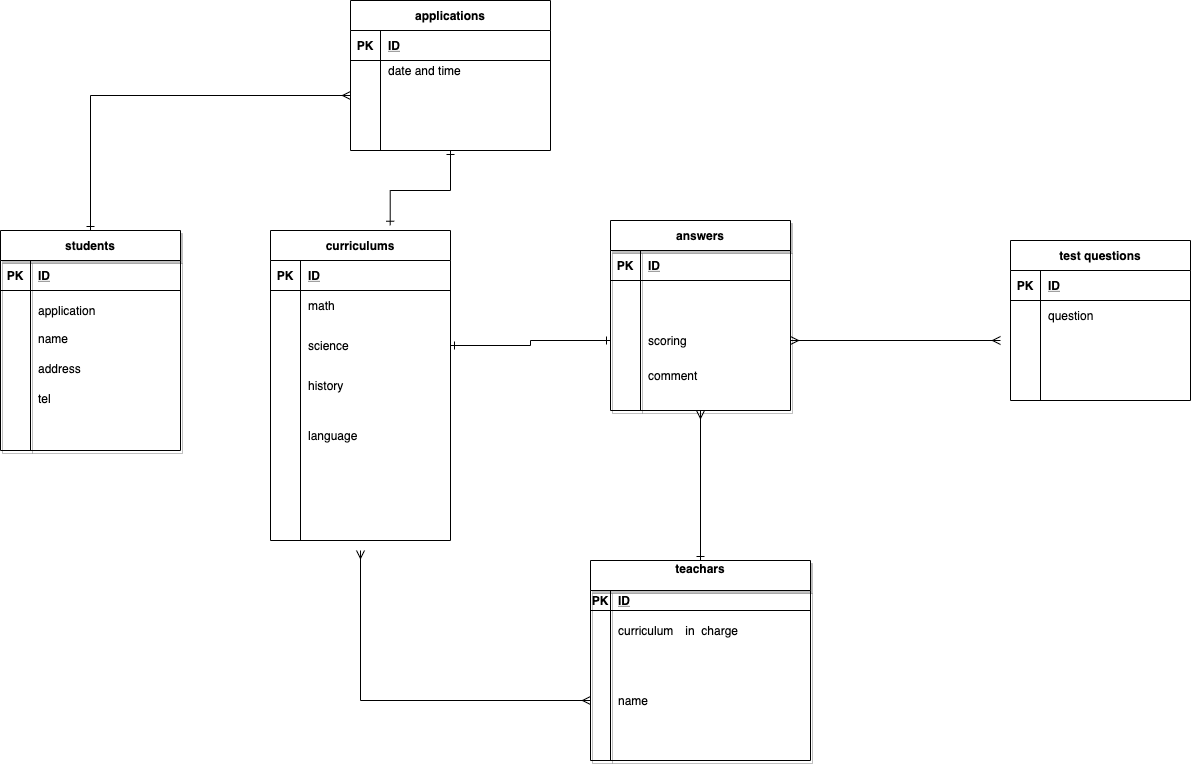
oninopantsu/diagrams.net keeps this draw.io diagram as indesx.drawio.png. Above is the earlier version. Source tidied: cells renumbered, new cells last; positions are measured from the earlier drawing's top-left corner, leaving out a move shared by most shapes.
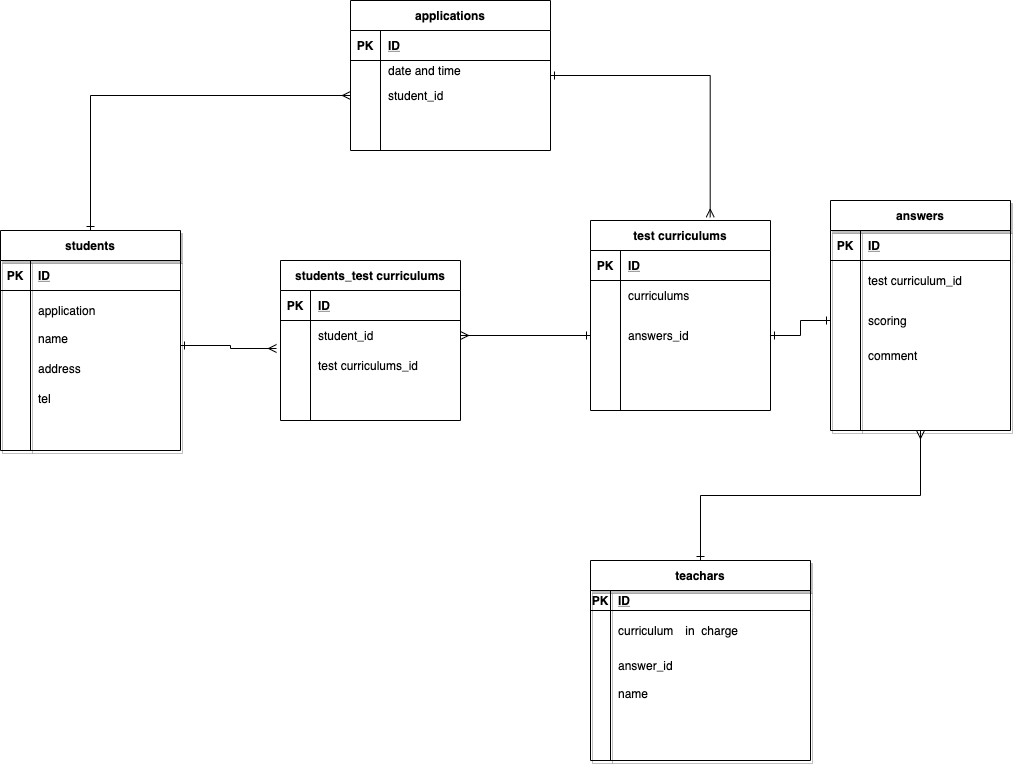
Above is the later version.

Change to the diagram source:
```diff
@@ -5,7 +5,7 @@
     <mxCell id="2" style="edgeStyle=orthogonalEdgeStyle;rounded=0;jettySize=auto;html=1;exitX=0.5;exitY=0;exitDx=0;exitDy=0;entryX=0.5;entryY=1;entryDx=0;entryDy=0;startArrow=ERone;startFill=0;endArrow=ERmany;endFill=0;" parent="1" edge="1" source="3" target="30">
       <mxGeometry relative="1" as="geometry" />
     </mxCell>
-    <mxCell id="3" value="teachars&#10;" style="shape=table;startSize=30;rowLines=0;fontStyle=1;align=center;shadow=1;" parent="1" vertex="1">
+    <mxCell id="3" value="teachars" style="shape=table;startSize=30;rowLines=0;fontStyle=1;align=center;shadow=1;" parent="1" vertex="1">
       <mxGeometry x="590" y="560" width="220" height="200" as="geometry" />
     </mxCell>
     <mxCell id="4" style="shape=partialRectangle;fillColor=none;top=0;left=0;bottom=1;right=0;" parent="3" vertex="1">
@@ -32,7 +32,7 @@
     <mxCell id="11" style="shape=partialRectangle;fillColor=none;top=0;left=0;bottom=0;right=0;overflow=hidden;" parent="10" vertex="1">
       <mxGeometry width="20" height="30" as="geometry" />
     </mxCell>
-    <mxCell id="12" style="shape=partialRectangle;fillColor=none;top=0;left=0;bottom=0;right=0;align=left;spacingLeft=6;overflow=hidden;" parent="10" vertex="1">
+    <mxCell id="12" value="answer_id" style="shape=partialRectangle;fillColor=none;top=0;left=0;bottom=0;right=0;align=left;spacingLeft=6;overflow=hidden;" parent="10" vertex="1">
       <mxGeometry x="20" width="200" height="30" as="geometry" />
     </mxCell>
     <mxCell id="13" style="shape=partialRectangle;fillColor=none;top=0;left=0;bottom=0;right=0;points=[[0,0.5],[1,0.5]];portConstraint=eastwest;" parent="3" vertex="1">
@@ -41,7 +41,7 @@
     <mxCell id="14" style="shape=partialRectangle;fillColor=none;top=0;left=0;bottom=0;right=0;overflow=hidden;" parent="13" vertex="1">
       <mxGeometry width="20" height="40" as="geometry" />
     </mxCell>
-    <mxCell id="15" value="name" style="shape=partialRectangle;fillColor=none;top=0;left=0;bottom=0;right=0;align=left;spacingLeft=6;overflow=hidden;" parent="13" vertex="1">
+    <mxCell id="15" value="name&#10;" style="shape=partialRectangle;fillColor=none;top=0;left=0;bottom=0;right=0;align=left;spacingLeft=6;overflow=hidden;" parent="13" vertex="1">
       <mxGeometry x="20" width="200" height="40" as="geometry" />
     </mxCell>
     <mxCell id="16" style="edgeStyle=orthogonalEdgeStyle;rounded=0;jettySize=auto;html=1;entryX=0;entryY=0.5;entryDx=0;entryDy=0;startArrow=ERone;startFill=0;endArrow=ERmany;endFill=0;" parent="1" edge="1" source="17" target="52">
@@ -87,7 +87,7 @@
       <mxGeometry x="30" width="150" height="30" as="geometry" />
     </mxCell>
     <mxCell id="30" value="answers" style="shape=table;startSize=30;rowLines=0;fontStyle=1;align=center;shadow=1;" parent="1" vertex="1">
-      <mxGeometry x="610" y="220" width="180" height="190" as="geometry" />
+      <mxGeometry x="830" y="200" width="180" height="230" as="geometry" />
     </mxCell>
     <mxCell id="31" style="shape=partialRectangle;fillColor=none;top=0;left=0;bottom=1;right=0;" parent="30" vertex="1">
       <mxGeometry y="30" width="180" height="30" as="geometry" />
@@ -104,7 +104,7 @@
     <mxCell id="35" style="shape=partialRectangle;fillColor=none;top=0;left=0;bottom=0;right=0;overflow=hidden;" parent="34" vertex="1">
       <mxGeometry width="30" height="40" as="geometry" />
     </mxCell>
-    <mxCell id="36" style="shape=partialRectangle;fillColor=none;top=0;left=0;bottom=0;right=0;align=left;spacingLeft=6;overflow=hidden;" parent="34" vertex="1">
+    <mxCell id="36" value="test curriculum_id" style="shape=partialRectangle;fillColor=none;top=0;left=0;bottom=0;right=0;align=left;spacingLeft=6;overflow=hidden;" parent="34" vertex="1">
       <mxGeometry x="30" width="150" height="40" as="geometry" />
     </mxCell>
     <mxCell id="37" style="shape=partialRectangle;fillColor=none;top=0;left=0;bottom=0;right=0;points=[[0,0.5],[1,0.5]];portConstraint=eastwest;" parent="30" vertex="1">
@@ -128,7 +128,7 @@
     <mxCell id="43" value="tel&#10;" style="shape=partialRectangle;fillColor=none;top=0;left=0;bottom=0;right=0;align=left;spacingLeft=6;overflow=hidden;" parent="1" vertex="1">
       <mxGeometry x="30" y="390" width="150" height="30" as="geometry" />
     </mxCell>
-    <mxCell id="44" style="edgeStyle=orthogonalEdgeStyle;rounded=0;jettySize=auto;html=1;startArrow=ERone;startFill=0;endArrow=ERone;endFill=0;entryX=0.665;entryY=-0.017;entryDx=0;entryDy=0;entryPerimeter=0;" parent="1" edge="1" source="45" target="58">
+    <mxCell id="44" style="edgeStyle=orthogonalEdgeStyle;rounded=0;jettySize=auto;html=1;startArrow=ERone;startFill=0;endArrow=ERmany;endFill=0;entryX=0.665;entryY=-0.017;entryDx=0;entryDy=0;entryPerimeter=0;" parent="1" edge="1" source="45" target="58">
       <mxGeometry relative="1" as="geometry" />
     </mxCell>
     <mxCell id="45" value="applications" style="shape=table;startSize=30;rowLines=0;fontStyle=1;align=center;" parent="1" vertex="1">
@@ -158,7 +158,7 @@
     <mxCell id="53" style="shape=partialRectangle;fillColor=none;top=0;left=0;bottom=0;right=0;overflow=hidden;" parent="52" vertex="1">
       <mxGeometry width="30" height="30" as="geometry" />
     </mxCell>
-    <mxCell id="54" style="shape=partialRectangle;fillColor=none;top=0;left=0;bottom=0;right=0;align=left;spacingLeft=6;overflow=hidden;" parent="52" vertex="1">
+    <mxCell id="54" value="student_id" style="shape=partialRectangle;fillColor=none;top=0;left=0;bottom=0;right=0;align=left;spacingLeft=6;overflow=hidden;" parent="52" vertex="1">
       <mxGeometry x="30" width="170" height="30" as="geometry" />
     </mxCell>
     <mxCell id="55" style="shape=partialRectangle;fillColor=none;top=0;left=0;bottom=0;right=0;" parent="45" vertex="1">
@@ -170,8 +170,8 @@
     <mxCell id="57" style="shape=partialRectangle;fillColor=none;top=0;left=0;bottom=0;right=0;align=left;spacingLeft=6;overflow=hidden;" parent="55" vertex="1">
       <mxGeometry x="30" width="170" height="30" as="geometry" />
     </mxCell>
-    <mxCell id="58" value="curriculums" style="shape=table;startSize=30;rowLines=0;fontStyle=1;align=center;" parent="1" vertex="1">
-      <mxGeometry x="270" y="230" width="180" height="310" as="geometry" />
+    <mxCell id="58" value="test curriculums" style="shape=table;startSize=30;rowLines=0;fontStyle=1;align=center;" parent="1" vertex="1">
+      <mxGeometry x="590" y="220" width="180" height="190" as="geometry" />
     </mxCell>
     <mxCell id="59" style="shape=partialRectangle;fillColor=none;top=0;left=0;bottom=1;right=0;" parent="58" vertex="1">
       <mxGeometry y="30" width="180" height="30" as="geometry" />
@@ -188,7 +188,7 @@
     <mxCell id="63" style="shape=partialRectangle;fillColor=none;top=0;left=0;bottom=0;right=0;overflow=hidden;" parent="62" vertex="1">
       <mxGeometry width="30" height="30" as="geometry" />
     </mxCell>
-    <mxCell id="64" value="math" style="shape=partialRectangle;fillColor=none;top=0;left=0;bottom=0;right=0;align=left;spacingLeft=6;overflow=hidden;" parent="62" vertex="1">
+    <mxCell id="64" value="curriculums" style="shape=partialRectangle;fillColor=none;top=0;left=0;bottom=0;right=0;align=left;spacingLeft=6;overflow=hidden;" parent="62" vertex="1">
       <mxGeometry x="30" width="150" height="30" as="geometry" />
     </mxCell>
     <mxCell id="65" style="shape=partialRectangle;fillColor=none;top=0;left=0;bottom=0;right=0;points=[[0,0.5],[1,0.5]];portConstraint=eastwest;" parent="58" vertex="1">
@@ -197,7 +197,7 @@
     <mxCell id="66" style="shape=partialRectangle;fillColor=none;top=0;left=0;bottom=0;right=0;overflow=hidden;" parent="65" vertex="1">
       <mxGeometry width="30" height="50" as="geometry" />
     </mxCell>
-    <mxCell id="67" value="science" style="shape=partialRectangle;fillColor=none;top=0;left=0;bottom=0;right=0;align=left;spacingLeft=6;overflow=hidden;" parent="65" vertex="1">
+    <mxCell id="67" value="answers_id" style="shape=partialRectangle;fillColor=none;top=0;left=0;bottom=0;right=0;align=left;spacingLeft=6;overflow=hidden;" parent="65" vertex="1">
       <mxGeometry x="30" width="150" height="50" as="geometry" />
     </mxCell>
     <mxCell id="68" style="shape=partialRectangle;fillColor=none;top=0;left=0;bottom=0;right=0;" parent="58" vertex="1">
@@ -206,24 +206,16 @@
     <mxCell id="69" style="shape=partialRectangle;fillColor=none;top=0;left=0;bottom=0;right=0;overflow=hidden;" parent="68" vertex="1">
       <mxGeometry width="30" height="30" as="geometry" />
     </mxCell>
-    <mxCell id="70" value="history" style="shape=partialRectangle;fillColor=none;top=0;left=0;bottom=0;right=0;align=left;spacingLeft=6;overflow=hidden;" parent="68" vertex="1">
+    <mxCell id="70" style="shape=partialRectangle;fillColor=none;top=0;left=0;bottom=0;right=0;align=left;spacingLeft=6;overflow=hidden;" parent="68" vertex="1">
       <mxGeometry x="30" width="150" height="30" as="geometry" />
     </mxCell>
-    <mxCell id="71" value="language" style="shape=partialRectangle;fillColor=none;top=0;left=0;bottom=0;right=0;align=left;spacingLeft=6;overflow=hidden;" parent="1" vertex="1">
-      <mxGeometry x="300" y="420" width="150" height="30" as="geometry" />
-    </mxCell>
-    <mxCell id="72" style="edgeStyle=orthogonalEdgeStyle;rounded=0;jettySize=auto;html=1;startArrow=ERmany;startFill=0;endArrow=ERmany;endFill=0;" parent="1" edge="1" source="13">
-      <mxGeometry relative="1" as="geometry">
-        <mxPoint x="360" y="550" as="targetPoint" />
-      </mxGeometry>
-    </mxCell>
     <mxCell id="73" style="edgeStyle=orthogonalEdgeStyle;rounded=0;jettySize=auto;html=1;entryX=1;entryY=0.5;entryDx=0;entryDy=0;startArrow=ERone;startFill=0;endArrow=ERone;endFill=0;" parent="1" edge="1" source="37" target="65">
       <mxGeometry relative="1" as="geometry" />
     </mxCell>
-    <mxCell id="74" value="test questions" style="shape=table;startSize=30;rowLines=0;fontStyle=1;align=center;" parent="1" vertex="1">
-      <mxGeometry x="1010" y="240" width="180" height="160" as="geometry" />
-    </mxCell>
+    <mxCell id="88" value="students_test curriculums" style="shape=table;startSize=30;rowLines=0;fontStyle=1;align=center;" parent="1" vertex="1">
+      <mxGeometry x="280" y="260" width="180" height="160" as="geometry" />
+    </mxCell>
-    <mxCell id="75" style="shape=partialRectangle;fillColor=none;top=0;left=0;bottom=1;right=0;" parent="74" vertex="1">
+    <mxCell id="75" style="shape=partialRectangle;fillColor=none;top=0;left=0;bottom=1;right=0;" parent="88" vertex="1">
       <mxGeometry y="30" width="180" height="30" as="geometry" />
     </mxCell>
     <mxCell id="76" value="PK" style="shape=partialRectangle;fillColor=none;top=0;left=0;bottom=0;right=0;fontStyle=1;overflow=hidden;" parent="75" vertex="1">
@@ -232,37 +224,38 @@
     <mxCell id="77" value="ID" style="shape=partialRectangle;fillColor=none;top=0;left=0;bottom=0;right=0;align=left;spacingLeft=6;fontStyle=5;overflow=hidden;" parent="75" vertex="1">
       <mxGeometry x="30" width="150" height="30" as="geometry" />
     </mxCell>
-    <mxCell id="78" style="shape=partialRectangle;fillColor=none;top=0;left=0;bottom=0;right=0;points=[[0,0.5],[1,0.5]];portConstraint=eastwest;" parent="74" vertex="1">
+    <mxCell id="78" style="shape=partialRectangle;fillColor=none;top=0;left=0;bottom=0;right=0;points=[[0,0.5],[1,0.5]];portConstraint=eastwest;" parent="88" vertex="1">
       <mxGeometry y="60" width="180" height="30" as="geometry" />
     </mxCell>
-    <mxCell id="79" style="shape=partialRectangle;fillColor=none;top=0;left=0;bottom=0;right=0;overflow=hidden;" parent="78" vertex="1">
-      <mxGeometry width="30" height="30" as="geometry" />
-    </mxCell>
-    <mxCell id="80" value="question" style="shape=partialRectangle;fillColor=none;top=0;left=0;bottom=0;right=0;align=left;spacingLeft=6;overflow=hidden;" parent="78" vertex="1">
-      <mxGeometry x="30" width="150" height="30" as="geometry" />
-    </mxCell>
+    <mxCell id="89" style="shape=partialRectangle;fillColor=none;top=0;left=0;bottom=0;right=0;overflow=hidden;" parent="78" vertex="1">
+      <mxGeometry width="30" height="30" as="geometry" />
+    </mxCell>
+    <mxCell id="90" value="student_id" style="shape=partialRectangle;fillColor=none;top=0;left=0;bottom=0;right=0;align=left;spacingLeft=6;overflow=hidden;" parent="78" vertex="1">
+      <mxGeometry x="30" width="150" height="30" as="geometry" />
+    </mxCell>
-    <mxCell id="81" style="shape=partialRectangle;fillColor=none;top=0;left=0;bottom=0;right=0;points=[[0,0.5],[1,0.5]];portConstraint=eastwest;" parent="74" vertex="1">
+    <mxCell id="81" style="shape=partialRectangle;fillColor=none;top=0;left=0;bottom=0;right=0;points=[[0,0.5],[1,0.5]];portConstraint=eastwest;" parent="88" vertex="1">
       <mxGeometry y="90" width="180" height="30" as="geometry" />
     </mxCell>
-    <mxCell id="82" style="shape=partialRectangle;fillColor=none;top=0;left=0;bottom=0;right=0;overflow=hidden;" parent="81" vertex="1">
-      <mxGeometry width="30" height="30" as="geometry" />
-    </mxCell>
-    <mxCell id="83" style="shape=partialRectangle;fillColor=none;top=0;left=0;bottom=0;right=0;align=left;spacingLeft=6;overflow=hidden;" parent="81" vertex="1">
-      <mxGeometry x="30" width="150" height="30" as="geometry" />
-    </mxCell>
+    <mxCell id="91" style="shape=partialRectangle;fillColor=none;top=0;left=0;bottom=0;right=0;overflow=hidden;" parent="81" vertex="1">
+      <mxGeometry width="30" height="30" as="geometry" />
+    </mxCell>
+    <mxCell id="92" value="test curriculums_id" style="shape=partialRectangle;fillColor=none;top=0;left=0;bottom=0;right=0;align=left;spacingLeft=6;overflow=hidden;" parent="81" vertex="1">
+      <mxGeometry x="30" width="150" height="30" as="geometry" />
+    </mxCell>
-    <mxCell id="84" style="shape=partialRectangle;fillColor=none;top=0;left=0;bottom=0;right=0;" parent="74" vertex="1">
+    <mxCell id="84" style="shape=partialRectangle;fillColor=none;top=0;left=0;bottom=0;right=0;" parent="88" vertex="1">
       <mxGeometry y="120" width="180" height="30" as="geometry" />
     </mxCell>
-    <mxCell id="85" style="shape=partialRectangle;fillColor=none;top=0;left=0;bottom=0;right=0;overflow=hidden;" parent="84" vertex="1">
-      <mxGeometry width="30" height="30" as="geometry" />
-    </mxCell>
-    <mxCell id="86" style="shape=partialRectangle;fillColor=none;top=0;left=0;bottom=0;right=0;align=left;spacingLeft=6;overflow=hidden;" parent="84" vertex="1">
-      <mxGeometry x="30" width="150" height="30" as="geometry" />
-    </mxCell>
-    <mxCell id="87" style="edgeStyle=orthogonalEdgeStyle;rounded=0;jettySize=auto;html=1;startArrow=ERmany;startFill=0;endArrow=ERmany;endFill=0;" parent="1" edge="1" source="37">
-      <mxGeometry relative="1" as="geometry">
-        <mxPoint x="1000" y="340" as="targetPoint" />
-      </mxGeometry>
-    </mxCell>
+    <mxCell id="93" style="shape=partialRectangle;fillColor=none;top=0;left=0;bottom=0;right=0;overflow=hidden;" parent="84" vertex="1">
+      <mxGeometry width="30" height="30" as="geometry" />
+    </mxCell>
+    <mxCell id="94" style="shape=partialRectangle;fillColor=none;top=0;left=0;bottom=0;right=0;align=left;spacingLeft=6;overflow=hidden;" parent="84" vertex="1">
+      <mxGeometry x="30" width="150" height="30" as="geometry" />
+    </mxCell>
+    <mxCell id="95" style="edgeStyle=orthogonalEdgeStyle;rounded=0;jettySize=auto;html=1;entryX=-0.022;entryY=-0.067;entryDx=0;entryDy=0;entryPerimeter=0;startArrow=ERone;startFill=0;endArrow=ERmany;endFill=0;" parent="1" edge="1" source="24" target="81">
+      <mxGeometry relative="1" as="geometry" />
+    </mxCell>
+    <mxCell id="96" style="edgeStyle=orthogonalEdgeStyle;rounded=0;jettySize=auto;html=1;entryX=1;entryY=0.5;entryDx=0;entryDy=0;startArrow=ERone;startFill=0;endArrow=ERmany;endFill=0;" parent="1" edge="1" source="65" target="78">
+      <mxGeometry relative="1" as="geometry" />
+    </mxCell>
   </root>
 </mxGraphModel>
```
